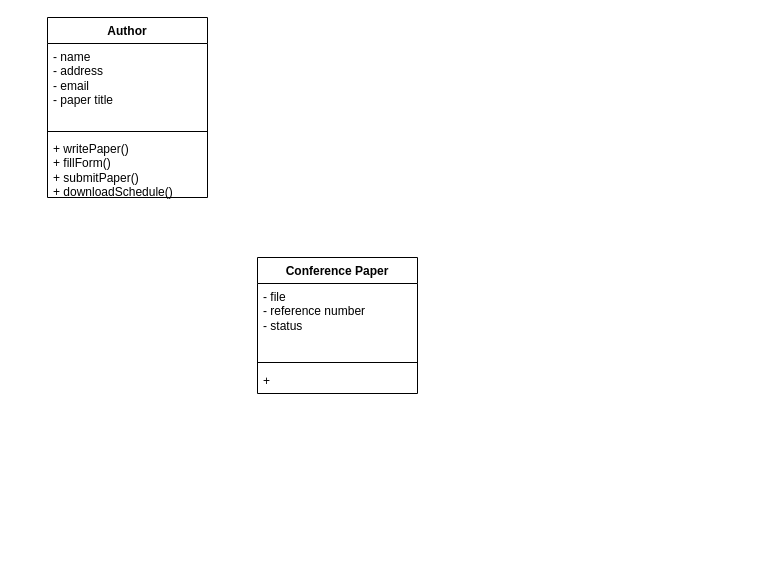
Above: tuto3q4re.drawio in justn0thinghere/drawio (draw.io), before the change. Source tidied: cells renumbered, new cells numbered last; positions are measured from the earlier drawing's top-left corner, leaving out a move shared by most shapes. Both pictures are drawn from the tidied source at 100%, with x=0, y=0 at pixel (47, 17).
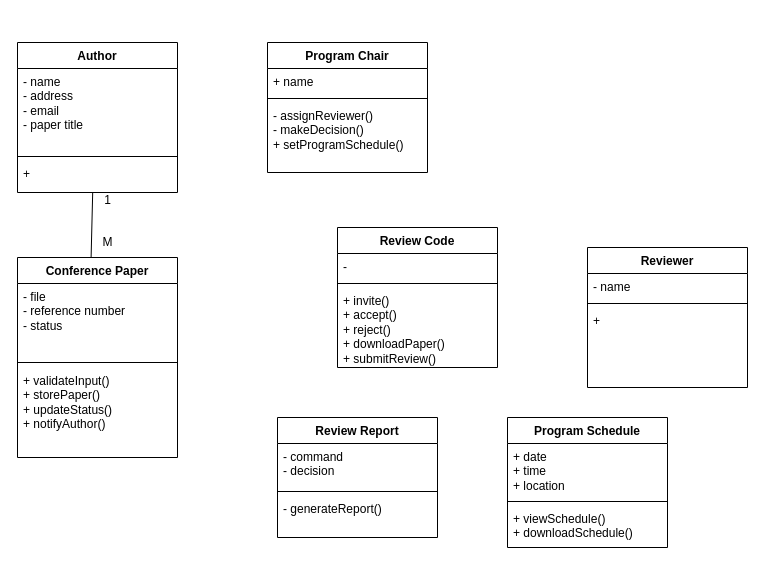
The same page after the edit.

What changed in the source:
```diff
@@
     <mxCell id="2" value="Author" style="swimlane;fontStyle=1;align=center;verticalAlign=top;horizontal=1;startSize=26;whiteSpace=wrap;html=1;" parent="1" vertex="1">
-      <mxGeometry width="160" height="180" as="geometry" />
+      <mxGeometry x="-30" y="25" width="160" height="150" as="geometry" />
     </mxCell>
@@
-    <mxCell id="5" value="+ writePaper()&lt;div&gt;+ fillForm()&lt;/div&gt;&lt;div&gt;+ submitPaper()&lt;/div&gt;&lt;div&gt;+ downloadSchedule()&lt;/div&gt;" style="text;strokeColor=none;fillColor=none;align=left;verticalAlign=top;spacingLeft=4;spacingRight=4;overflow=hidden;points=[[0,0.5],[1,0.5]];portConstraint=eastwest;whiteSpace=wrap;html=1;" parent="2" vertex="1">
-      <mxGeometry y="118" width="160" height="62" as="geometry" />
+    <mxCell id="5" value="+" style="text;strokeColor=none;fillColor=none;align=left;verticalAlign=top;spacingLeft=4;spacingRight=4;overflow=hidden;points=[[0,0.5],[1,0.5]];portConstraint=eastwest;whiteSpace=wrap;html=1;" parent="2" vertex="1">
+      <mxGeometry y="118" width="160" height="32" as="geometry" />
     </mxCell>
     <mxCell id="6" value="Conference Paper" style="swimlane;fontStyle=1;align=center;verticalAlign=top;horizontal=1;startSize=26;whiteSpace=wrap;html=1;" parent="1" vertex="1">
-      <mxGeometry x="210" y="240" width="160" height="136" as="geometry" />
+      <mxGeometry x="-30" y="240" width="160" height="200" as="geometry" />
     </mxCell>
@@
-    <mxCell id="9" value="+&amp;nbsp;" style="text;strokeColor=none;fillColor=none;align=left;verticalAlign=top;spacingLeft=4;spacingRight=4;overflow=hidden;whiteSpace=wrap;html=1;" parent="6" vertex="1">
-      <mxGeometry y="110" width="160" height="26" as="geometry" />
+    <mxCell id="9" value="+ validateInput()&lt;div&gt;+ storePaper()&lt;/div&gt;&lt;div&gt;+ updateStatus()&lt;/div&gt;&lt;div&gt;+ notifyAuthor()&lt;/div&gt;" style="text;strokeColor=none;fillColor=none;align=left;verticalAlign=top;spacingLeft=4;spacingRight=4;overflow=hidden;whiteSpace=wrap;html=1;" parent="6" vertex="1">
+      <mxGeometry y="110" width="160" height="90" as="geometry" />
     </mxCell>
+    <mxCell id="10" value="Program Chair" style="swimlane;fontStyle=1;align=center;verticalAlign=top;horizontal=1;startSize=26;whiteSpace=wrap;html=1;" parent="1" vertex="1">
+      <mxGeometry x="220" y="25" width="160" height="130" as="geometry" />
+    </mxCell>
+    <mxCell id="11" value="+ name" style="text;strokeColor=none;fillColor=none;align=left;verticalAlign=top;spacingLeft=4;spacingRight=4;overflow=hidden;whiteSpace=wrap;html=1;" parent="10" vertex="1">
+      <mxGeometry y="26" width="160" height="26" as="geometry" />
+    </mxCell>
+    <mxCell id="12" style="line;strokeWidth=1;fillColor=none;align=left;verticalAlign=middle;spacingTop=-1;spacingLeft=3;spacingRight=3;labelPosition=right;strokeColor=inherit;" parent="10" vertex="1">
+      <mxGeometry y="52" width="160" height="8" as="geometry" />
+    </mxCell>
+    <mxCell id="13" value="- assignReviewer()&lt;div&gt;- makeDecision()&lt;/div&gt;&lt;div&gt;+ setProgramSchedule()&lt;/div&gt;" style="text;strokeColor=none;fillColor=none;align=left;verticalAlign=top;spacingLeft=4;spacingRight=4;overflow=hidden;whiteSpace=wrap;html=1;" parent="10" vertex="1">
+      <mxGeometry y="60" width="160" height="70" as="geometry" />
+    </mxCell>
+    <mxCell id="14" value="Reviewer" style="swimlane;fontStyle=1;align=center;verticalAlign=top;horizontal=1;startSize=26;whiteSpace=wrap;html=1;" parent="1" vertex="1">
+      <mxGeometry x="540" y="230" width="160" height="140" as="geometry" />
+    </mxCell>
+    <mxCell id="15" value="- name" style="text;strokeColor=none;fillColor=none;align=left;verticalAlign=top;spacingLeft=4;spacingRight=4;overflow=hidden;whiteSpace=wrap;html=1;" parent="14" vertex="1">
+      <mxGeometry y="26" width="160" height="26" as="geometry" />
+    </mxCell>
+    <mxCell id="16" style="line;strokeWidth=1;fillColor=none;align=left;verticalAlign=middle;spacingTop=-1;spacingLeft=3;spacingRight=3;labelPosition=right;strokeColor=inherit;" parent="14" vertex="1">
+      <mxGeometry y="52" width="160" height="8" as="geometry" />
+    </mxCell>
+    <mxCell id="17" value="+" style="text;strokeColor=none;fillColor=none;align=left;verticalAlign=top;spacingLeft=4;spacingRight=4;overflow=hidden;whiteSpace=wrap;html=1;" parent="14" vertex="1">
+      <mxGeometry y="60" width="160" height="80" as="geometry" />
+    </mxCell>
+    <mxCell id="18" value="Review Code" style="swimlane;fontStyle=1;align=center;verticalAlign=top;horizontal=1;startSize=26;whiteSpace=wrap;html=1;" parent="1" vertex="1">
+      <mxGeometry x="290" y="210" width="160" height="140" as="geometry" />
+    </mxCell>
+    <mxCell id="19" value="-" style="text;strokeColor=none;fillColor=none;align=left;verticalAlign=top;spacingLeft=4;spacingRight=4;overflow=hidden;whiteSpace=wrap;html=1;" parent="18" vertex="1">
+      <mxGeometry y="26" width="160" height="26" as="geometry" />
+    </mxCell>
+    <mxCell id="20" style="line;strokeWidth=1;fillColor=none;align=left;verticalAlign=middle;spacingTop=-1;spacingLeft=3;spacingRight=3;labelPosition=right;strokeColor=inherit;" parent="18" vertex="1">
+      <mxGeometry y="52" width="160" height="8" as="geometry" />
+    </mxCell>
+    <mxCell id="21" value="+ invite()&lt;div&gt;+ accept()&lt;/div&gt;&lt;div&gt;+ reject()&lt;/div&gt;&lt;div&gt;+ downloadPaper()&lt;/div&gt;&lt;div&gt;+ submitReview()&lt;/div&gt;" style="text;strokeColor=none;fillColor=none;align=left;verticalAlign=top;spacingLeft=4;spacingRight=4;overflow=hidden;whiteSpace=wrap;html=1;" parent="18" vertex="1">
+      <mxGeometry y="60" width="160" height="80" as="geometry" />
+    </mxCell>
+    <mxCell id="22" value="Review Report" style="swimlane;fontStyle=1;align=center;verticalAlign=top;horizontal=1;startSize=26;whiteSpace=wrap;html=1;" parent="1" vertex="1">
+      <mxGeometry x="230" y="400" width="160" height="120" as="geometry" />
+    </mxCell>
+    <mxCell id="23" value="- command&lt;div&gt;- decision&lt;/div&gt;" style="text;strokeColor=none;fillColor=none;align=left;verticalAlign=top;spacingLeft=4;spacingRight=4;overflow=hidden;whiteSpace=wrap;html=1;" parent="22" vertex="1">
+      <mxGeometry y="26" width="160" height="44" as="geometry" />
+    </mxCell>
+    <mxCell id="24" style="line;strokeWidth=1;fillColor=none;align=left;verticalAlign=middle;spacingTop=-1;spacingLeft=3;spacingRight=3;labelPosition=right;strokeColor=inherit;" parent="22" vertex="1">
+      <mxGeometry y="70" width="160" height="8" as="geometry" />
+    </mxCell>
+    <mxCell id="25" value="- generateReport()&lt;div&gt;&lt;br&gt;&lt;/div&gt;" style="text;strokeColor=none;fillColor=none;align=left;verticalAlign=top;spacingLeft=4;spacingRight=4;overflow=hidden;whiteSpace=wrap;html=1;" parent="22" vertex="1">
+      <mxGeometry y="78" width="160" height="42" as="geometry" />
+    </mxCell>
+    <mxCell id="26" value="Program Schedule" style="swimlane;fontStyle=1;align=center;verticalAlign=top;horizontal=1;startSize=26;whiteSpace=wrap;html=1;" parent="1" vertex="1">
+      <mxGeometry x="460" y="400" width="160" height="130" as="geometry" />
+    </mxCell>
+    <mxCell id="27" value="+ date&lt;div&gt;+ time&lt;/div&gt;&lt;div&gt;+ location&lt;/div&gt;" style="text;strokeColor=none;fillColor=none;align=left;verticalAlign=top;spacingLeft=4;spacingRight=4;overflow=hidden;whiteSpace=wrap;html=1;" parent="26" vertex="1">
+      <mxGeometry y="26" width="160" height="54" as="geometry" />
+    </mxCell>
+    <mxCell id="28" style="line;strokeWidth=1;fillColor=none;align=left;verticalAlign=middle;spacingTop=-1;spacingLeft=3;spacingRight=3;labelPosition=right;strokeColor=inherit;" parent="26" vertex="1">
+      <mxGeometry y="80" width="160" height="8" as="geometry" />
+    </mxCell>
+    <mxCell id="29" value="&lt;div&gt;+ viewSchedule()&lt;/div&gt;&lt;div&gt;+ downloadSchedule()&lt;/div&gt;" style="text;strokeColor=none;fillColor=none;align=left;verticalAlign=top;spacingLeft=4;spacingRight=4;overflow=hidden;whiteSpace=wrap;html=1;" parent="26" vertex="1">
+      <mxGeometry y="88" width="160" height="42" as="geometry" />
+    </mxCell>
+    <mxCell id="30" style="endArrow=none;html=1;rounded=0;entryX=0.47;entryY=0.994;entryDx=0;entryDy=0;entryPerimeter=0;exitX=0.46;exitY=0;exitDx=0;exitDy=0;exitPerimeter=0;" parent="1" edge="1" source="6" target="5">
+      <mxGeometry relative="1" as="geometry" />
+    </mxCell>
+    <mxCell id="31" value="1" style="text;html=1;align=center;verticalAlign=middle;strokeColor=none;fillColor=none;" parent="1" vertex="1">
+      <mxGeometry x="45" y="168" width="30" height="30" as="geometry" />
+    </mxCell>
+    <mxCell id="32" value="M" style="text;html=1;align=center;verticalAlign=middle;strokeColor=none;fillColor=none;" parent="1" vertex="1">
+      <mxGeometry x="45" y="210" width="30" height="30" as="geometry" />
+    </mxCell>
```
